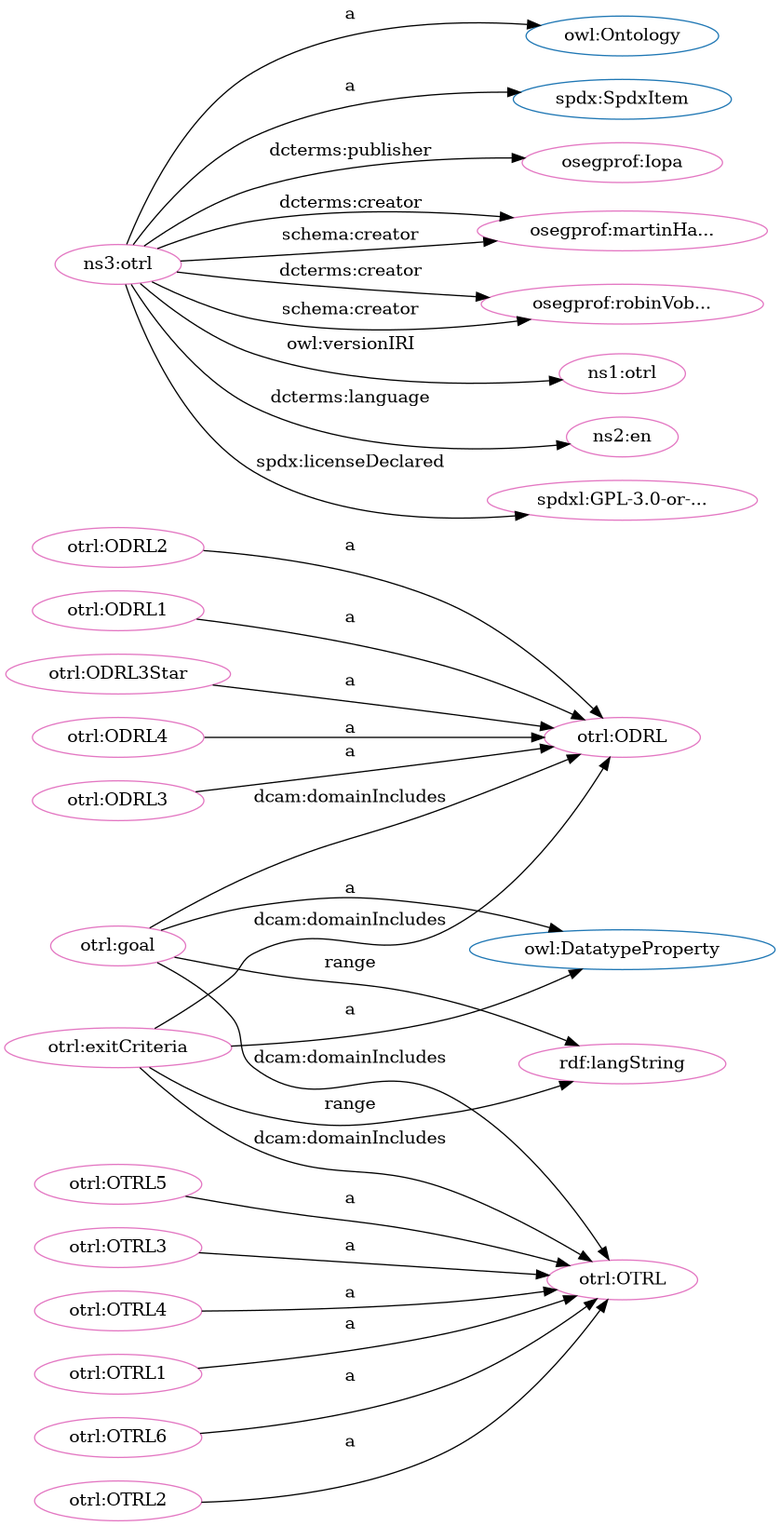
iop-alliance/OpenKnowHow keeps this Graphviz diagram as src/spec/dot_otrl.png. Above is the earlier version. Its source is kept beside it as src/spec/dot_otrl.dot. The source it was exported from:
```dot
digraph G {
  rankdir=BT
  node[height=.3]
"http://w3id.org/oseg/ont/otrl#ODRL" [fillcolor="#1f77b4" color="#1f77b4" label="otrl:ODRL"]
"http://www.w3.org/2002/07/owl#Ontology" [fillcolor="#1f77b4" color="#1f77b4" label="owl:Ontology"]
"http://www.w3.org/2002/07/owl#DatatypeProperty" [fillcolor="#1f77b4" color="#1f77b4" label="owl:DatatypeProperty"]
"http://w3id.org/oseg/ont/otrl#OTRL" [fillcolor="#1f77b4" color="#1f77b4" label="otrl:OTRL"]
"http://spdx.org/rdf/terms#SpdxItem" [fillcolor="#1f77b4" color="#1f77b4" label="spdx:SpdxItem"]
"http://w3id.org/oseg/ont/otrl#ODRL3" [fillcolor="#e377c2" color="#e377c2" label="otrl:ODRL3"]
"http://w3id.org/oseg/ont/otrl#OTRL1" [fillcolor="#e377c2" color="#e377c2" label="otrl:OTRL1"]
"http://w3id.org/oseg/ont/oseg-profiles#Iopa" [fillcolor="#e377c2" color="#e377c2" label="osegprof:Iopa"]
"http://w3id.org/oseg/ont/otrl#ODRL2" [fillcolor="#e377c2" color="#e377c2" label="otrl:ODRL2"]
"http://w3id.org/oseg/ont/otrl#OTRL6" [fillcolor="#e377c2" color="#e377c2" label="otrl:OTRL6"]
"http://w3id.org/oseg/ont/otrl#goal" [fillcolor="#e377c2" color="#e377c2" label="otrl:goal"]
"http://w3id.org/oseg/ont/otrl#OTRL2" [fillcolor="#e377c2" color="#e377c2" label="otrl:OTRL2"]
"http://w3id.org/oseg/ont/otrl#ODRL1" [fillcolor="#e377c2" color="#e377c2" label="otrl:ODRL1"]
"http://w3id.org/oseg/ont/oseg-profiles#martinHaeuer" [fillcolor="#e377c2" color="#e377c2" label="osegprof:martinHa..."]
"http://w3id.org/oseg/ont/otrl#ODRL3Star" [fillcolor="#e377c2" color="#e377c2" label="otrl:ODRL3Star"]
"http://w3id.org/oseg/ont/otrl#OTRL" [fillcolor="#e377c2" color="#e377c2" label="otrl:OTRL"]
"http://w3id.org/oseg/ont/oseg-profiles#robinVobruba" [fillcolor="#e377c2" color="#e377c2" label="osegprof:robinVob..."]
"http://w3id.org/oseg/ont/1.1.0/otrl" [fillcolor="#e377c2" color="#e377c2" label="ns1:otrl"]
"http://w3id.org/oseg/ont/otrl#ODRL4" [fillcolor="#e377c2" color="#e377c2" label="otrl:ODRL4"]
"http://w3id.org/oseg/ont/otrl#ODRL" [fillcolor="#e377c2" color="#e377c2" label="otrl:ODRL"]
"http://www.w3.org/1999/02/22-rdf-syntax-ns#langString" [fillcolor="#e377c2" color="#e377c2" label="rdf:langString"]
"http://id.loc.gov/vocabulary/iso639-1/en" [fillcolor="#e377c2" color="#e377c2" label="ns2:en"]
"http://w3id.org/oseg/ont/otrl#exitCriteria" [fillcolor="#e377c2" color="#e377c2" label="otrl:exitCriteria"]
"http://spdx.org/licenses/GPL-3.0-or-later" [fillcolor="#e377c2" color="#e377c2" label="spdxl:GPL-3.0-or-..."]
"http://w3id.org/oseg/ont/otrl#OTRL5" [fillcolor="#e377c2" color="#e377c2" label="otrl:OTRL5"]
"http://w3id.org/oseg/ont/otrl" [fillcolor="#e377c2" color="#e377c2" label="ns3:otrl"]
"http://w3id.org/oseg/ont/otrl#OTRL3" [fillcolor="#e377c2" color="#e377c2" label="otrl:OTRL3"]
"http://w3id.org/oseg/ont/otrl#OTRL4" [fillcolor="#e377c2" color="#e377c2" label="otrl:OTRL4"]
  "http://w3id.org/oseg/ont/otrl#ODRL2" -> "http://w3id.org/oseg/ont/otrl#ODRL" [label="a"]
  "http://w3id.org/oseg/ont/otrl#OTRL6" -> "http://w3id.org/oseg/ont/otrl#OTRL" [label="a"]
  "http://w3id.org/oseg/ont/otrl#OTRL2" -> "http://w3id.org/oseg/ont/otrl#OTRL" [label="a"]
  "http://w3id.org/oseg/ont/otrl" -> "http://w3id.org/oseg/ont/oseg-profiles#martinHaeuer" [label="dcterms:creator"]
  "http://w3id.org/oseg/ont/otrl#ODRL3Star" -> "http://w3id.org/oseg/ont/otrl#ODRL" [label="a"]
  "http://w3id.org/oseg/ont/otrl#exitCriteria" -> "http://w3id.org/oseg/ont/otrl#OTRL" [label="dcam:domainIncludes"]
  "http://w3id.org/oseg/ont/otrl" -> "http://w3id.org/oseg/ont/1.1.0/otrl" [label="owl:versionIRI"]
  "http://w3id.org/oseg/ont/otrl#goal" -> "http://w3id.org/oseg/ont/otrl#OTRL" [label="dcam:domainIncludes"]
  "http://w3id.org/oseg/ont/otrl#ODRL4" -> "http://w3id.org/oseg/ont/otrl#ODRL" [label="a"]
  "http://w3id.org/oseg/ont/otrl#exitCriteria" -> "http://w3id.org/oseg/ont/otrl#ODRL" [label="dcam:domainIncludes"]
  "http://w3id.org/oseg/ont/otrl#goal" -> "http://www.w3.org/1999/02/22-rdf-syntax-ns#langString" [label="range"]
  "http://w3id.org/oseg/ont/otrl#exitCriteria" -> "http://www.w3.org/1999/02/22-rdf-syntax-ns#langString" [label="range"]
  "http://w3id.org/oseg/ont/otrl" -> "http://id.loc.gov/vocabulary/iso639-1/en" [label="dcterms:language"]
  "http://w3id.org/oseg/ont/otrl#goal" -> "http://w3id.org/oseg/ont/otrl#ODRL" [label="dcam:domainIncludes"]
  "http://w3id.org/oseg/ont/otrl" -> "http://w3id.org/oseg/ont/oseg-profiles#robinVobruba" [label="dcterms:creator"]
  "http://w3id.org/oseg/ont/otrl" -> "http://spdx.org/licenses/GPL-3.0-or-later" [label="spdx:licenseDeclared"]
  "http://w3id.org/oseg/ont/otrl#OTRL5" -> "http://w3id.org/oseg/ont/otrl#OTRL" [label="a"]
  "http://w3id.org/oseg/ont/otrl" -> "http://www.w3.org/2002/07/owl#Ontology" [label="a"]
  "http://w3id.org/oseg/ont/otrl#OTRL3" -> "http://w3id.org/oseg/ont/otrl#OTRL" [label="a"]
  "http://w3id.org/oseg/ont/otrl#OTRL4" -> "http://w3id.org/oseg/ont/otrl#OTRL" [label="a"]
  "http://w3id.org/oseg/ont/otrl#ODRL3" -> "http://w3id.org/oseg/ont/otrl#ODRL" [label="a"]
  "http://w3id.org/oseg/ont/otrl#OTRL1" -> "http://w3id.org/oseg/ont/otrl#OTRL" [label="a"]
  "http://w3id.org/oseg/ont/otrl" -> "http://w3id.org/oseg/ont/oseg-profiles#Iopa" [label="dcterms:publisher"]
  "http://w3id.org/oseg/ont/otrl#goal" -> "http://www.w3.org/2002/07/owl#DatatypeProperty" [label="a"]
  "http://w3id.org/oseg/ont/otrl#ODRL1" -> "http://w3id.org/oseg/ont/otrl#ODRL" [label="a"]
  "http://w3id.org/oseg/ont/otrl" -> "http://w3id.org/oseg/ont/oseg-profiles#robinVobruba" [label="schema:creator"]
  "http://w3id.org/oseg/ont/otrl" -> "http://w3id.org/oseg/ont/oseg-profiles#martinHaeuer" [label="schema:creator"]
  "http://w3id.org/oseg/ont/otrl#exitCriteria" -> "http://www.w3.org/2002/07/owl#DatatypeProperty" [label="a"]
  "http://w3id.org/oseg/ont/otrl" -> "http://spdx.org/rdf/terms#SpdxItem" [label="a"]
}
```
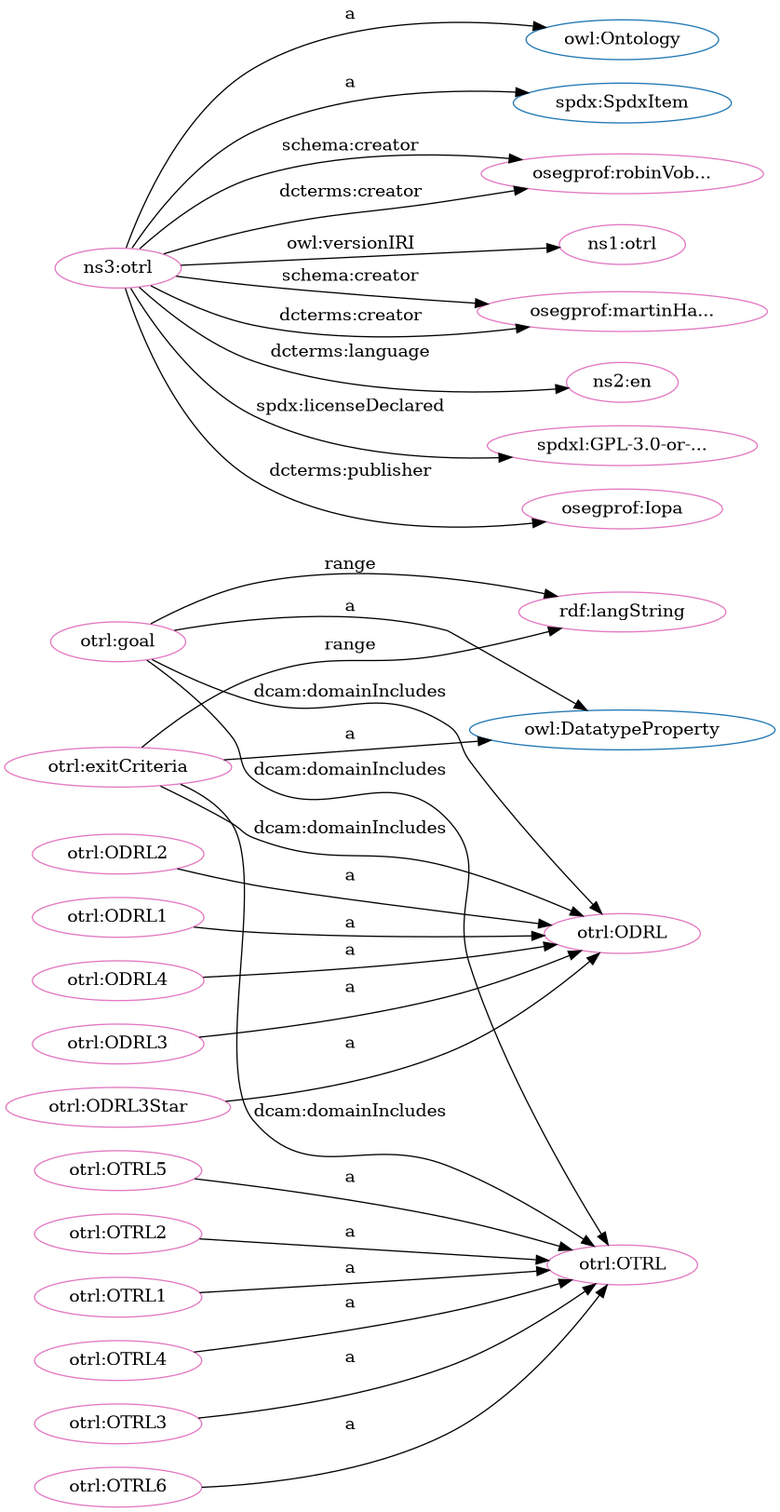
After the commit.

Diff of the diagram source:
```diff
@@ -1,61 +1,61 @@
 digraph G {
   rankdir=BT
   node[height=.3]
+"http://www.w3.org/2002/07/owl#DatatypeProperty" [fillcolor="#1f77b4" color="#1f77b4" label="owl:DatatypeProperty"]
 "http://w3id.org/oseg/ont/otrl#ODRL" [fillcolor="#1f77b4" color="#1f77b4" label="otrl:ODRL"]
 "http://www.w3.org/2002/07/owl#Ontology" [fillcolor="#1f77b4" color="#1f77b4" label="owl:Ontology"]
-"http://www.w3.org/2002/07/owl#DatatypeProperty" [fillcolor="#1f77b4" color="#1f77b4" label="owl:DatatypeProperty"]
+"http://spdx.org/rdf/terms#SpdxItem" [fillcolor="#1f77b4" color="#1f77b4" label="spdx:SpdxItem"]
 "http://w3id.org/oseg/ont/otrl#OTRL" [fillcolor="#1f77b4" color="#1f77b4" label="otrl:OTRL"]
-"http://spdx.org/rdf/terms#SpdxItem" [fillcolor="#1f77b4" color="#1f77b4" label="spdx:SpdxItem"]
-"http://w3id.org/oseg/ont/otrl#ODRL3" [fillcolor="#e377c2" color="#e377c2" label="otrl:ODRL3"]
-"http://w3id.org/oseg/ont/otrl#OTRL1" [fillcolor="#e377c2" color="#e377c2" label="otrl:OTRL1"]
-"http://w3id.org/oseg/ont/oseg-profiles#Iopa" [fillcolor="#e377c2" color="#e377c2" label="osegprof:Iopa"]
-"http://w3id.org/oseg/ont/otrl#ODRL2" [fillcolor="#e377c2" color="#e377c2" label="otrl:ODRL2"]
-"http://w3id.org/oseg/ont/otrl#OTRL6" [fillcolor="#e377c2" color="#e377c2" label="otrl:OTRL6"]
-"http://w3id.org/oseg/ont/otrl#goal" [fillcolor="#e377c2" color="#e377c2" label="otrl:goal"]
-"http://w3id.org/oseg/ont/otrl#OTRL2" [fillcolor="#e377c2" color="#e377c2" label="otrl:OTRL2"]
 "http://w3id.org/oseg/ont/otrl#ODRL1" [fillcolor="#e377c2" color="#e377c2" label="otrl:ODRL1"]
-"http://w3id.org/oseg/ont/oseg-profiles#martinHaeuer" [fillcolor="#e377c2" color="#e377c2" label="osegprof:martinHa..."]
-"http://w3id.org/oseg/ont/otrl#ODRL3Star" [fillcolor="#e377c2" color="#e377c2" label="otrl:ODRL3Star"]
-"http://w3id.org/oseg/ont/otrl#OTRL" [fillcolor="#e377c2" color="#e377c2" label="otrl:OTRL"]
+"http://w3id.org/oseg/ont/otrl#ODRL" [fillcolor="#e377c2" color="#e377c2" label="otrl:ODRL"]
 "http://w3id.org/oseg/ont/oseg-profiles#robinVobruba" [fillcolor="#e377c2" color="#e377c2" label="osegprof:robinVob..."]
 "http://w3id.org/oseg/ont/1.1.0/otrl" [fillcolor="#e377c2" color="#e377c2" label="ns1:otrl"]
-"http://w3id.org/oseg/ont/otrl#ODRL4" [fillcolor="#e377c2" color="#e377c2" label="otrl:ODRL4"]
-"http://w3id.org/oseg/ont/otrl#ODRL" [fillcolor="#e377c2" color="#e377c2" label="otrl:ODRL"]
+"http://w3id.org/oseg/ont/oseg-profiles#martinHaeuer" [fillcolor="#e377c2" color="#e377c2" label="osegprof:martinHa..."]
+"http://w3id.org/oseg/ont/otrl#ODRL3" [fillcolor="#e377c2" color="#e377c2" label="otrl:ODRL3"]
+"http://id.loc.gov/vocabulary/iso639-1/en" [fillcolor="#e377c2" color="#e377c2" label="ns2:en"]
 "http://www.w3.org/1999/02/22-rdf-syntax-ns#langString" [fillcolor="#e377c2" color="#e377c2" label="rdf:langString"]
-"http://id.loc.gov/vocabulary/iso639-1/en" [fillcolor="#e377c2" color="#e377c2" label="ns2:en"]
-"http://w3id.org/oseg/ont/otrl#exitCriteria" [fillcolor="#e377c2" color="#e377c2" label="otrl:exitCriteria"]
-"http://spdx.org/licenses/GPL-3.0-or-later" [fillcolor="#e377c2" color="#e377c2" label="spdxl:GPL-3.0-or-..."]
-"http://w3id.org/oseg/ont/otrl#OTRL5" [fillcolor="#e377c2" color="#e377c2" label="otrl:OTRL5"]
 "http://w3id.org/oseg/ont/otrl" [fillcolor="#e377c2" color="#e377c2" label="ns3:otrl"]
 "http://w3id.org/oseg/ont/otrl#OTRL3" [fillcolor="#e377c2" color="#e377c2" label="otrl:OTRL3"]
+"http://w3id.org/oseg/ont/otrl#OTRL6" [fillcolor="#e377c2" color="#e377c2" label="otrl:OTRL6"]
+"http://w3id.org/oseg/ont/otrl#OTRL5" [fillcolor="#e377c2" color="#e377c2" label="otrl:OTRL5"]
+"http://w3id.org/oseg/ont/otrl#goal" [fillcolor="#e377c2" color="#e377c2" label="otrl:goal"]
+"http://w3id.org/oseg/ont/otrl#exitCriteria" [fillcolor="#e377c2" color="#e377c2" label="otrl:exitCriteria"]
+"http://w3id.org/oseg/ont/otrl#OTRL2" [fillcolor="#e377c2" color="#e377c2" label="otrl:OTRL2"]
+"http://w3id.org/oseg/ont/otrl#ODRL2" [fillcolor="#e377c2" color="#e377c2" label="otrl:ODRL2"]
+"http://w3id.org/oseg/ont/otrl#OTRL1" [fillcolor="#e377c2" color="#e377c2" label="otrl:OTRL1"]
+"http://spdx.org/licenses/GPL-3.0-or-later" [fillcolor="#e377c2" color="#e377c2" label="spdxl:GPL-3.0-or-..."]
+"http://w3id.org/oseg/ont/otrl#OTRL" [fillcolor="#e377c2" color="#e377c2" label="otrl:OTRL"]
 "http://w3id.org/oseg/ont/otrl#OTRL4" [fillcolor="#e377c2" color="#e377c2" label="otrl:OTRL4"]
+"http://w3id.org/oseg/ont/otrl#ODRL3Star" [fillcolor="#e377c2" color="#e377c2" label="otrl:ODRL3Star"]
+"http://w3id.org/oseg/ont/oseg-profiles#Iopa" [fillcolor="#e377c2" color="#e377c2" label="osegprof:Iopa"]
+"http://w3id.org/oseg/ont/otrl#ODRL4" [fillcolor="#e377c2" color="#e377c2" label="otrl:ODRL4"]
+  "http://w3id.org/oseg/ont/otrl#ODRL1" -> "http://w3id.org/oseg/ont/otrl#ODRL" [label="a"]
+  "http://w3id.org/oseg/ont/otrl" -> "http://w3id.org/oseg/ont/oseg-profiles#martinHaeuer" [label="schema:creator"]
+  "http://w3id.org/oseg/ont/otrl#exitCriteria" -> "http://w3id.org/oseg/ont/otrl#ODRL" [label="dcam:domainIncludes"]
+  "http://w3id.org/oseg/ont/otrl" -> "http://id.loc.gov/vocabulary/iso639-1/en" [label="dcterms:language"]
+  "http://w3id.org/oseg/ont/otrl" -> "http://w3id.org/oseg/ont/oseg-profiles#martinHaeuer" [label="dcterms:creator"]
+  "http://w3id.org/oseg/ont/otrl#OTRL6" -> "http://w3id.org/oseg/ont/otrl#OTRL" [label="a"]
+  "http://w3id.org/oseg/ont/otrl#OTRL5" -> "http://w3id.org/oseg/ont/otrl#OTRL" [label="a"]
+  "http://w3id.org/oseg/ont/otrl#exitCriteria" -> "http://www.w3.org/2002/07/owl#DatatypeProperty" [label="a"]
   "http://w3id.org/oseg/ont/otrl#ODRL2" -> "http://w3id.org/oseg/ont/otrl#ODRL" [label="a"]
-  "http://w3id.org/oseg/ont/otrl#OTRL6" -> "http://w3id.org/oseg/ont/otrl#OTRL" [label="a"]
-  "http://w3id.org/oseg/ont/otrl#OTRL2" -> "http://w3id.org/oseg/ont/otrl#OTRL" [label="a"]
-  "http://w3id.org/oseg/ont/otrl" -> "http://w3id.org/oseg/ont/oseg-profiles#martinHaeuer" [label="dcterms:creator"]
+  "http://w3id.org/oseg/ont/otrl" -> "http://spdx.org/licenses/GPL-3.0-or-later" [label="spdx:licenseDeclared"]
+  "http://w3id.org/oseg/ont/otrl#OTRL4" -> "http://w3id.org/oseg/ont/otrl#OTRL" [label="a"]
   "http://w3id.org/oseg/ont/otrl#ODRL3Star" -> "http://w3id.org/oseg/ont/otrl#ODRL" [label="a"]
+  "http://w3id.org/oseg/ont/otrl" -> "http://w3id.org/oseg/ont/oseg-profiles#robinVobruba" [label="schema:creator"]
   "http://w3id.org/oseg/ont/otrl#exitCriteria" -> "http://w3id.org/oseg/ont/otrl#OTRL" [label="dcam:domainIncludes"]
-  "http://w3id.org/oseg/ont/otrl" -> "http://w3id.org/oseg/ont/1.1.0/otrl" [label="owl:versionIRI"]
-  "http://w3id.org/oseg/ont/otrl#goal" -> "http://w3id.org/oseg/ont/otrl#OTRL" [label="dcam:domainIncludes"]
   "http://w3id.org/oseg/ont/otrl#ODRL4" -> "http://w3id.org/oseg/ont/otrl#ODRL" [label="a"]
-  "http://w3id.org/oseg/ont/otrl#exitCriteria" -> "http://w3id.org/oseg/ont/otrl#ODRL" [label="dcam:domainIncludes"]
-  "http://w3id.org/oseg/ont/otrl#goal" -> "http://www.w3.org/1999/02/22-rdf-syntax-ns#langString" [label="range"]
-  "http://w3id.org/oseg/ont/otrl#exitCriteria" -> "http://www.w3.org/1999/02/22-rdf-syntax-ns#langString" [label="range"]
-  "http://w3id.org/oseg/ont/otrl" -> "http://id.loc.gov/vocabulary/iso639-1/en" [label="dcterms:language"]
   "http://w3id.org/oseg/ont/otrl#goal" -> "http://w3id.org/oseg/ont/otrl#ODRL" [label="dcam:domainIncludes"]
   "http://w3id.org/oseg/ont/otrl" -> "http://w3id.org/oseg/ont/oseg-profiles#robinVobruba" [label="dcterms:creator"]
-  "http://w3id.org/oseg/ont/otrl" -> "http://spdx.org/licenses/GPL-3.0-or-later" [label="spdx:licenseDeclared"]
-  "http://w3id.org/oseg/ont/otrl#OTRL5" -> "http://w3id.org/oseg/ont/otrl#OTRL" [label="a"]
+  "http://w3id.org/oseg/ont/otrl" -> "http://w3id.org/oseg/ont/1.1.0/otrl" [label="owl:versionIRI"]
+  "http://w3id.org/oseg/ont/otrl#ODRL3" -> "http://w3id.org/oseg/ont/otrl#ODRL" [label="a"]
+  "http://w3id.org/oseg/ont/otrl#exitCriteria" -> "http://www.w3.org/1999/02/22-rdf-syntax-ns#langString" [label="range"]
+  "http://w3id.org/oseg/ont/otrl" -> "http://spdx.org/rdf/terms#SpdxItem" [label="a"]
+  "http://w3id.org/oseg/ont/otrl#OTRL3" -> "http://w3id.org/oseg/ont/otrl#OTRL" [label="a"]
+  "http://w3id.org/oseg/ont/otrl#goal" -> "http://www.w3.org/2002/07/owl#DatatypeProperty" [label="a"]
+  "http://w3id.org/oseg/ont/otrl#OTRL2" -> "http://w3id.org/oseg/ont/otrl#OTRL" [label="a"]
   "http://w3id.org/oseg/ont/otrl" -> "http://www.w3.org/2002/07/owl#Ontology" [label="a"]
-  "http://w3id.org/oseg/ont/otrl#OTRL3" -> "http://w3id.org/oseg/ont/otrl#OTRL" [label="a"]
-  "http://w3id.org/oseg/ont/otrl#OTRL4" -> "http://w3id.org/oseg/ont/otrl#OTRL" [label="a"]
-  "http://w3id.org/oseg/ont/otrl#ODRL3" -> "http://w3id.org/oseg/ont/otrl#ODRL" [label="a"]
   "http://w3id.org/oseg/ont/otrl#OTRL1" -> "http://w3id.org/oseg/ont/otrl#OTRL" [label="a"]
+  "http://w3id.org/oseg/ont/otrl#goal" -> "http://w3id.org/oseg/ont/otrl#OTRL" [label="dcam:domainIncludes"]
+  "http://w3id.org/oseg/ont/otrl#goal" -> "http://www.w3.org/1999/02/22-rdf-syntax-ns#langString" [label="range"]
   "http://w3id.org/oseg/ont/otrl" -> "http://w3id.org/oseg/ont/oseg-profiles#Iopa" [label="dcterms:publisher"]
-  "http://w3id.org/oseg/ont/otrl#goal" -> "http://www.w3.org/2002/07/owl#DatatypeProperty" [label="a"]
-  "http://w3id.org/oseg/ont/otrl#ODRL1" -> "http://w3id.org/oseg/ont/otrl#ODRL" [label="a"]
-  "http://w3id.org/oseg/ont/otrl" -> "http://w3id.org/oseg/ont/oseg-profiles#robinVobruba" [label="schema:creator"]
-  "http://w3id.org/oseg/ont/otrl" -> "http://w3id.org/oseg/ont/oseg-profiles#martinHaeuer" [label="schema:creator"]
-  "http://w3id.org/oseg/ont/otrl#exitCriteria" -> "http://www.w3.org/2002/07/owl#DatatypeProperty" [label="a"]
-  "http://w3id.org/oseg/ont/otrl" -> "http://spdx.org/rdf/terms#SpdxItem" [label="a"]
 }
```
